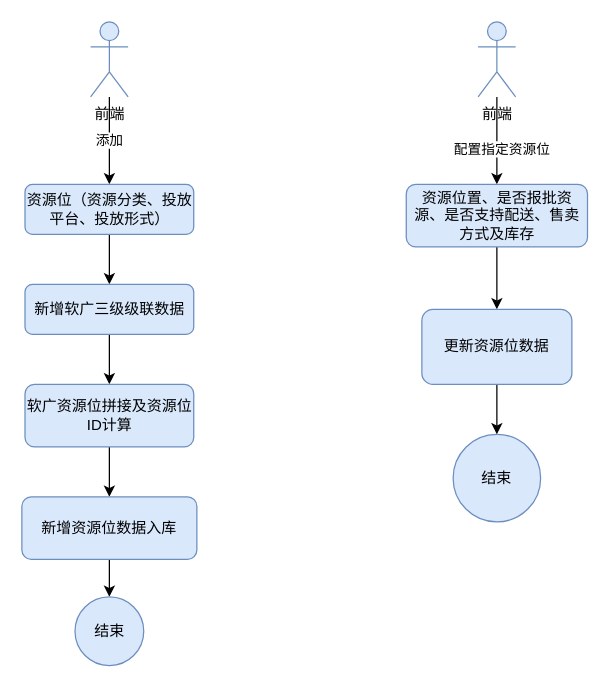
The draw.io diagram 资源管理.drawio in cp0802/xueqqiu, before the edit. Source tidied: cells renumbered, new cells numbered last; positions are measured from the earlier drawing's top-left corner, leaving out a move shared by most shapes. Both pictures are drawn from the tidied source at 125%, with x=0, y=0 at pixel (21, 21).
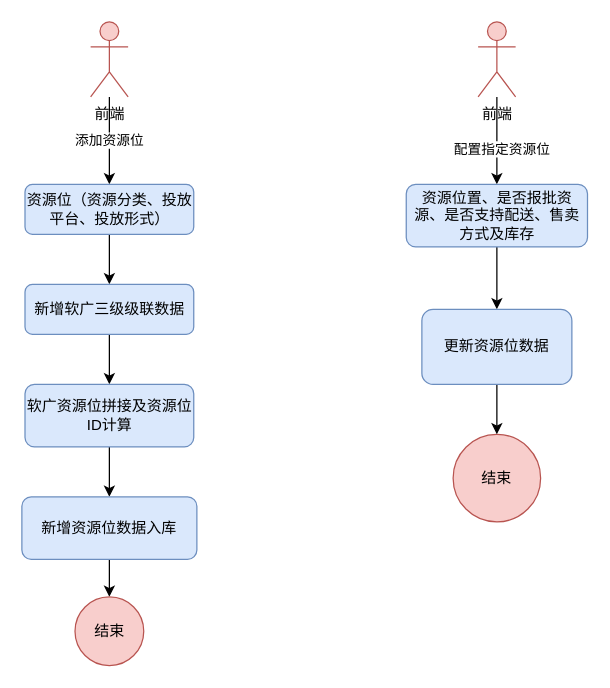
The same diagram, later.

Unchanged cells that the change refers to:
```xml
<mxCell id="5" value="资源位（资源分类、投放平台、投放形式）" style="rounded=1;whiteSpace=wrap;html=1;fillColor=#dae8fc;strokeColor=#6c8ebf;" parent="1" vertex="1">
  <mxGeometry x="2.5" y="130" width="135" height="40" as="geometry" />
</mxCell>
```

What changed in the source:
```diff
@@
-    <mxCell id="2" value="添加" style="edgeStyle=orthogonalEdgeStyle;rounded=0;jettySize=auto;html=1;" parent="1" edge="1" source="3" target="5">
+    <mxCell id="2" value="添加资源位" style="edgeStyle=orthogonalEdgeStyle;rounded=0;jettySize=auto;html=1;" parent="1" edge="1" source="3" target="5">
       <mxGeometry relative="1" as="geometry" />
     </mxCell>
-    <mxCell id="3" value="前端" style="shape=umlActor;verticalLabelPosition=bottom;verticalAlign=top;html=1;fillColor=#dae8fc;strokeColor=#6c8ebf;" parent="1" vertex="1">
+    <mxCell id="3" value="前端" style="shape=umlActor;verticalLabelPosition=bottom;verticalAlign=top;html=1;fillColor=#f8cecc;strokeColor=#b85450;" parent="1" vertex="1">
       <mxGeometry x="55" width="30" height="60" as="geometry" />
     </mxCell>
@@
-    <mxCell id="12" value="结束" style="ellipse;whiteSpace=wrap;html=1;fillColor=#dae8fc;strokeColor=#6c8ebf;" parent="1" vertex="1">
+    <mxCell id="12" value="结束" style="ellipse;whiteSpace=wrap;html=1;fillColor=#f8cecc;strokeColor=#b85450;" parent="1" vertex="1">
       <mxGeometry x="42.5" y="460" width="55" height="55" as="geometry" />
     </mxCell>
@@
-    <mxCell id="15" value="前端" style="shape=umlActor;verticalLabelPosition=bottom;verticalAlign=top;html=1;outlineConnect=0;fillColor=#dae8fc;strokeColor=#6c8ebf;" parent="1" vertex="1">
+    <mxCell id="15" value="前端" style="shape=umlActor;verticalLabelPosition=bottom;verticalAlign=top;html=1;outlineConnect=0;fillColor=#f8cecc;strokeColor=#b85450;" parent="1" vertex="1">
       <mxGeometry x="365" width="30" height="60" as="geometry" />
     </mxCell>
@@
-    <mxCell id="18" value="结束" style="ellipse;whiteSpace=wrap;html=1;fillColor=#dae8fc;strokeColor=#6c8ebf;" parent="1" vertex="1">
+    <mxCell id="18" value="结束" style="ellipse;whiteSpace=wrap;html=1;fillColor=#f8cecc;strokeColor=#b85450;" parent="1" vertex="1">
       <mxGeometry x="345" y="330" width="70" height="70" as="geometry" />
     </mxCell>
```
